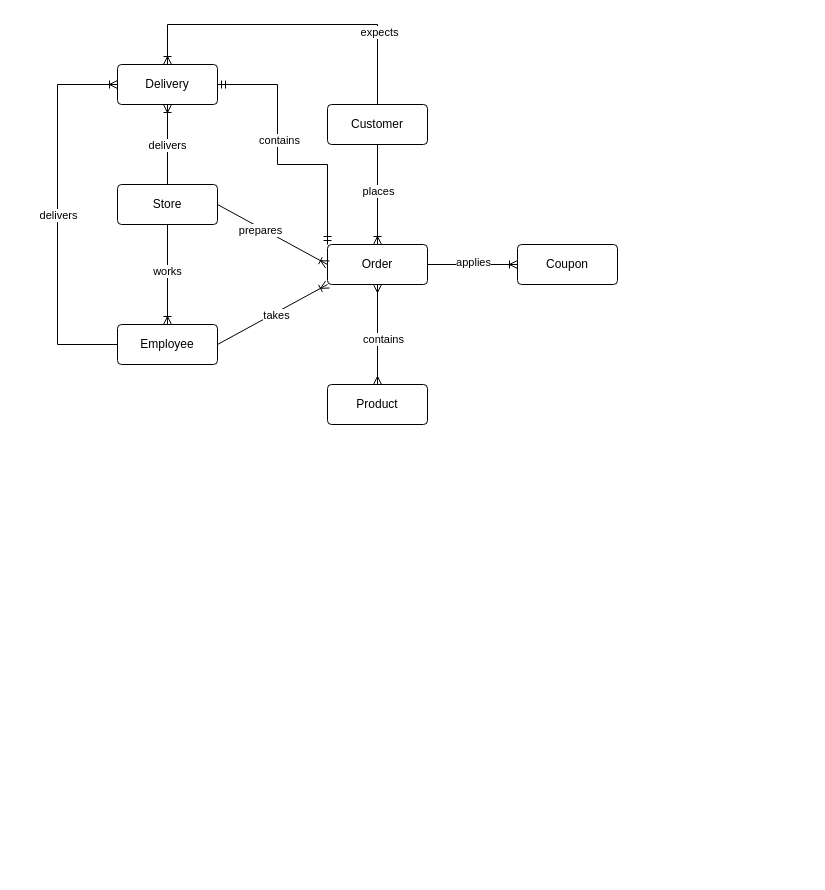
Earlier version of the draw.io diagram PizzaDB/PracticePizzaDB.drawio (Devekr63/EssentialSQLSamples). Source tidied: cells renumbered, new cells numbered last; positions are measured from the earlier drawing's top-left corner, leaving out a move shared by most shapes. Both pictures are drawn from the tidied source at 100%, with x=0, y=0 at pixel (57, 24).
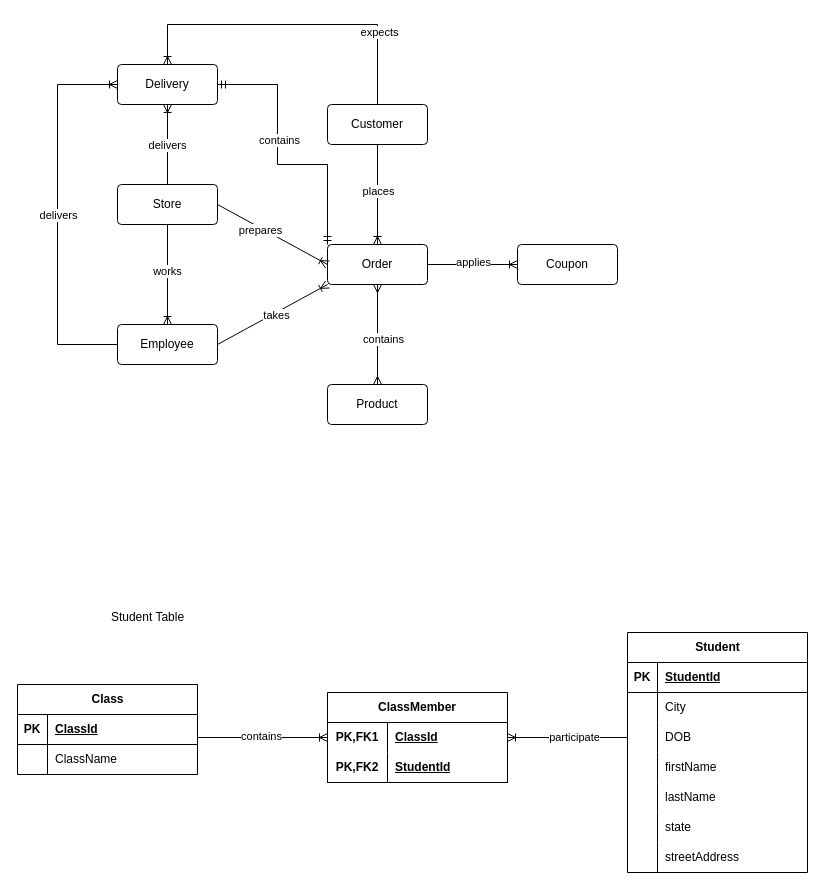
The same page after the edit.

What changed in the source:
```diff
@@
+    <mxCell id="29" value="Student Table" style="text;html=1;align=center;verticalAlign=middle;strokeColor=none;fillColor=none;" parent="1" vertex="1">
+      <mxGeometry x="40" y="578" width="100" height="30" as="geometry" />
+    </mxCell>
+    <mxCell id="30" style="fontSize=12;html=1;endArrow=ERoneToMany;rounded=0;exitX=1;exitY=0.5;exitDx=0;exitDy=0;entryX=0;entryY=0.5;entryDx=0;entryDy=0;" parent="1" edge="1" target="56">
+      <mxGeometry relative="1" as="geometry">
+        <mxPoint x="140" y="713" as="sourcePoint" />
+      </mxGeometry>
+    </mxCell>
+    <mxCell id="31" value="contains" style="edgeLabel;html=1;align=center;verticalAlign=middle;" parent="30" vertex="1">
+      <mxGeometry x="-0.03" y="2" relative="1" as="geometry" />
+    </mxCell>
+    <mxCell id="32" style="fontSize=12;html=1;endArrow=ERoneToMany;rounded=0;exitX=0;exitY=0.5;exitDx=0;exitDy=0;entryX=1;entryY=0.5;entryDx=0;entryDy=0;" parent="1" edge="1" source="41" target="57">
+      <mxGeometry relative="1" as="geometry" />
+    </mxCell>
+    <mxCell id="33" value="participate" style="edgeLabel;html=1;align=center;verticalAlign=middle;" parent="32" vertex="1">
+      <mxGeometry x="-0.1" y="-1" relative="1" as="geometry" />
+    </mxCell>
+    <mxCell id="34" value="Student" style="shape=table;startSize=30;childLayout=tableLayout;rowLines=0;fontStyle=1;align=center;html=1;" parent="1" vertex="1">
+      <mxGeometry x="570" y="608" width="180" height="240" as="geometry" />
+    </mxCell>
+    <mxCell id="35" style="shape=tableRow;horizontal=0;startSize=0;swimlaneHead=0;swimlaneBody=0;fillColor=none;top=0;left=0;right=0;bottom=1;" parent="34" vertex="1">
+      <mxGeometry y="30" width="180" height="30" as="geometry" />
+    </mxCell>
+    <mxCell id="36" value="PK" style="shape=partialRectangle;fillColor=none;top=0;left=0;bottom=0;right=0;fontStyle=1;overflow=hidden;whiteSpace=wrap;html=1;" parent="35" vertex="1">
+      <mxGeometry width="30" height="30" as="geometry" />
+    </mxCell>
+    <mxCell id="37" value="StudentId" style="shape=partialRectangle;fillColor=none;top=0;left=0;bottom=0;right=0;align=left;spacingLeft=6;fontStyle=5;overflow=hidden;whiteSpace=wrap;html=1;" parent="35" vertex="1">
+      <mxGeometry x="30" width="150" height="30" as="geometry" />
+    </mxCell>
+    <mxCell id="38" style="shape=tableRow;horizontal=0;startSize=0;swimlaneHead=0;swimlaneBody=0;fillColor=none;top=0;left=0;right=0;bottom=0;" parent="34" vertex="1">
+      <mxGeometry y="60" width="180" height="30" as="geometry" />
+    </mxCell>
+    <mxCell id="39" style="shape=partialRectangle;fillColor=none;top=0;left=0;bottom=0;right=0;overflow=hidden;whiteSpace=wrap;html=1;" parent="38" vertex="1">
+      <mxGeometry width="30" height="30" as="geometry" />
+    </mxCell>
+    <mxCell id="40" value="City" style="shape=partialRectangle;fillColor=none;top=0;left=0;bottom=0;right=0;align=left;spacingLeft=6;overflow=hidden;whiteSpace=wrap;html=1;" parent="38" vertex="1">
+      <mxGeometry x="30" width="150" height="30" as="geometry" />
+    </mxCell>
+    <mxCell id="41" style="shape=tableRow;horizontal=0;startSize=0;swimlaneHead=0;swimlaneBody=0;fillColor=none;points=[[0,0.5],[1,0.5]];portConstraint=eastwest;top=0;left=0;right=0;bottom=0;" parent="34" vertex="1">
+      <mxGeometry y="90" width="180" height="30" as="geometry" />
+    </mxCell>
+    <mxCell id="42" style="shape=partialRectangle;fillColor=none;top=0;left=0;bottom=0;right=0;overflow=hidden;whiteSpace=wrap;html=1;" parent="41" vertex="1">
+      <mxGeometry width="30" height="30" as="geometry" />
+    </mxCell>
+    <mxCell id="43" value="DOB" style="shape=partialRectangle;fillColor=none;top=0;left=0;bottom=0;right=0;align=left;spacingLeft=6;overflow=hidden;whiteSpace=wrap;html=1;" parent="41" vertex="1">
+      <mxGeometry x="30" width="150" height="30" as="geometry" />
+    </mxCell>
+    <mxCell id="44" style="shape=tableRow;horizontal=0;startSize=0;swimlaneHead=0;swimlaneBody=0;fillColor=none;top=0;left=0;right=0;bottom=0;" parent="34" vertex="1">
+      <mxGeometry y="120" width="180" height="30" as="geometry" />
+    </mxCell>
+    <mxCell id="45" style="shape=partialRectangle;fillColor=none;top=0;left=0;bottom=0;right=0;overflow=hidden;whiteSpace=wrap;html=1;" parent="44" vertex="1">
+      <mxGeometry width="30" height="30" as="geometry" />
+    </mxCell>
+    <mxCell id="46" value="firstName" style="shape=partialRectangle;fillColor=none;top=0;left=0;bottom=0;right=0;align=left;spacingLeft=6;overflow=hidden;whiteSpace=wrap;html=1;" parent="44" vertex="1">
+      <mxGeometry x="30" width="150" height="30" as="geometry" />
+    </mxCell>
+    <mxCell id="47" style="shape=tableRow;horizontal=0;startSize=0;swimlaneHead=0;swimlaneBody=0;fillColor=none;top=0;left=0;right=0;bottom=0;" parent="34" vertex="1">
+      <mxGeometry y="150" width="180" height="30" as="geometry" />
+    </mxCell>
+    <mxCell id="48" style="shape=partialRectangle;fillColor=none;top=0;left=0;bottom=0;right=0;overflow=hidden;whiteSpace=wrap;html=1;" parent="47" vertex="1">
+      <mxGeometry width="30" height="30" as="geometry" />
+    </mxCell>
+    <mxCell id="49" value="lastName" style="shape=partialRectangle;fillColor=none;top=0;left=0;bottom=0;right=0;align=left;spacingLeft=6;overflow=hidden;whiteSpace=wrap;html=1;" parent="47" vertex="1">
+      <mxGeometry x="30" width="150" height="30" as="geometry" />
+    </mxCell>
+    <mxCell id="50" style="shape=tableRow;horizontal=0;startSize=0;swimlaneHead=0;swimlaneBody=0;fillColor=none;top=0;left=0;right=0;bottom=0;" parent="34" vertex="1">
+      <mxGeometry y="180" width="180" height="30" as="geometry" />
+    </mxCell>
+    <mxCell id="51" style="shape=partialRectangle;fillColor=none;top=0;left=0;bottom=0;right=0;overflow=hidden;whiteSpace=wrap;html=1;" parent="50" vertex="1">
+      <mxGeometry width="30" height="30" as="geometry" />
+    </mxCell>
+    <mxCell id="52" value="state" style="shape=partialRectangle;fillColor=none;top=0;left=0;bottom=0;right=0;align=left;spacingLeft=6;overflow=hidden;whiteSpace=wrap;html=1;" parent="50" vertex="1">
+      <mxGeometry x="30" width="150" height="30" as="geometry" />
+    </mxCell>
+    <mxCell id="53" style="shape=tableRow;horizontal=0;startSize=0;swimlaneHead=0;swimlaneBody=0;fillColor=none;top=0;left=0;right=0;bottom=0;" parent="34" vertex="1">
+      <mxGeometry y="210" width="180" height="30" as="geometry" />
+    </mxCell>
+    <mxCell id="54" style="shape=partialRectangle;fillColor=none;top=0;left=0;bottom=0;right=0;overflow=hidden;whiteSpace=wrap;html=1;" parent="53" vertex="1">
+      <mxGeometry width="30" height="30" as="geometry" />
+    </mxCell>
+    <mxCell id="55" value="streetAddress" style="shape=partialRectangle;fillColor=none;top=0;left=0;bottom=0;right=0;align=left;spacingLeft=6;overflow=hidden;whiteSpace=wrap;html=1;" parent="53" vertex="1">
+      <mxGeometry x="30" width="150" height="30" as="geometry" />
+    </mxCell>
+    <mxCell id="56" value="ClassMember" style="shape=table;startSize=30;childLayout=tableLayout;rowLines=0;fontStyle=1;align=center;html=1;whiteSpace=wrap;" parent="1" vertex="1">
+      <mxGeometry x="270" y="668" width="180" height="90" as="geometry" />
+    </mxCell>
+    <mxCell id="57" style="shape=tableRow;horizontal=0;startSize=0;swimlaneHead=0;swimlaneBody=0;fillColor=none;points=[[0,0.5],[1,0.5]];portConstraint=eastwest;top=0;left=0;right=0;bottom=0;html=1;" parent="56" vertex="1">
+      <mxGeometry y="30" width="180" height="30" as="geometry" />
+    </mxCell>
+    <mxCell id="58" value="PK,FK1" style="shape=partialRectangle;fillColor=none;top=0;left=0;bottom=0;right=0;fontStyle=1;overflow=hidden;html=1;whiteSpace=wrap;" parent="57" vertex="1">
+      <mxGeometry width="60" height="30" as="geometry" />
+    </mxCell>
+    <mxCell id="59" value="ClassId" style="shape=partialRectangle;fillColor=none;top=0;left=0;bottom=0;right=0;align=left;spacingLeft=6;fontStyle=5;overflow=hidden;html=1;whiteSpace=wrap;" parent="57" vertex="1">
+      <mxGeometry x="60" width="120" height="30" as="geometry" />
+    </mxCell>
+    <mxCell id="60" style="shape=tableRow;horizontal=0;startSize=0;swimlaneHead=0;swimlaneBody=0;fillColor=none;top=0;left=0;right=0;bottom=1;html=1;" parent="56" vertex="1">
+      <mxGeometry y="60" width="180" height="30" as="geometry" />
+    </mxCell>
+    <mxCell id="61" value="PK,FK2" style="shape=partialRectangle;fillColor=none;top=0;left=0;bottom=0;right=0;fontStyle=1;overflow=hidden;html=1;whiteSpace=wrap;" parent="60" vertex="1">
+      <mxGeometry width="60" height="30" as="geometry" />
+    </mxCell>
+    <mxCell id="62" value="StudentId" style="shape=partialRectangle;fillColor=none;top=0;left=0;bottom=0;right=0;align=left;spacingLeft=6;fontStyle=5;overflow=hidden;html=1;whiteSpace=wrap;" parent="60" vertex="1">
+      <mxGeometry x="60" width="120" height="30" as="geometry" />
+    </mxCell>
+    <mxCell id="63" value="Class" style="shape=table;startSize=30;childLayout=tableLayout;rowLines=0;fontStyle=1;align=center;html=1;" parent="1" vertex="1">
+      <mxGeometry x="-40" y="660" width="180" height="90" as="geometry" />
+    </mxCell>
+    <mxCell id="64" style="shape=tableRow;horizontal=0;startSize=0;swimlaneHead=0;swimlaneBody=0;fillColor=none;top=0;left=0;right=0;bottom=1;" parent="63" vertex="1">
+      <mxGeometry y="30" width="180" height="30" as="geometry" />
+    </mxCell>
+    <mxCell id="65" value="PK" style="shape=partialRectangle;fillColor=none;top=0;left=0;bottom=0;right=0;fontStyle=1;overflow=hidden;whiteSpace=wrap;html=1;" parent="64" vertex="1">
+      <mxGeometry width="30" height="30" as="geometry" />
+    </mxCell>
+    <mxCell id="66" value="ClassId" style="shape=partialRectangle;fillColor=none;top=0;left=0;bottom=0;right=0;align=left;spacingLeft=6;fontStyle=5;overflow=hidden;whiteSpace=wrap;html=1;" parent="64" vertex="1">
+      <mxGeometry x="30" width="150" height="30" as="geometry" />
+    </mxCell>
+    <mxCell id="67" style="shape=tableRow;horizontal=0;startSize=0;swimlaneHead=0;swimlaneBody=0;fillColor=none;top=0;left=0;right=0;bottom=0;" parent="63" vertex="1">
+      <mxGeometry y="60" width="180" height="30" as="geometry" />
+    </mxCell>
+    <mxCell id="68" style="shape=partialRectangle;fillColor=none;top=0;left=0;bottom=0;right=0;overflow=hidden;whiteSpace=wrap;html=1;" parent="67" vertex="1">
+      <mxGeometry width="30" height="30" as="geometry" />
+    </mxCell>
+    <mxCell id="69" value="ClassName" style="shape=partialRectangle;fillColor=none;top=0;left=0;bottom=0;right=0;align=left;spacingLeft=6;overflow=hidden;whiteSpace=wrap;html=1;" parent="67" vertex="1">
+      <mxGeometry x="30" width="150" height="30" as="geometry" />
+    </mxCell>
```
